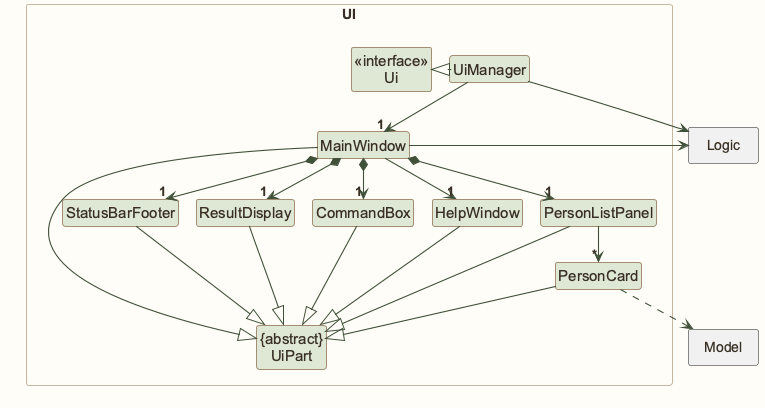
This is docs/images/UiClassDiagram.png from AY2627S1-CS2103T-W12-1/tp, a PlantUML export, as it was before one commit. The source it was exported from:
```plantuml
@startuml
!pragma layout smetana
!include style.puml
skinparam arrowThickness 1.1
skinparam arrowColor UI_COLOR_T4
skinparam classBackgroundColor UI_COLOR

package UI <<Rectangle>>{
Class "<<interface>>\nUi" as Ui
Class "{abstract}\nUiPart" as UiPart
Class UiManager
Class MainWindow
Class HelpWindow
Class ResultDisplay
Class PersonListPanel
Class PersonCard
Class StatusBarFooter
Class CommandBox
}

package Model <<Rectangle>> {
}

package Logic <<Rectangle>> {
}


UiManager .left.|> Ui
UiManager -down-> "1" MainWindow
MainWindow *-down->  "1" CommandBox
MainWindow *-down-> "1" ResultDisplay
MainWindow *-down-> "1" PersonListPanel
MainWindow *-down-> "1" StatusBarFooter
MainWindow --> "1" HelpWindow

PersonListPanel -down-> "*" PersonCard

MainWindow -left-|> UiPart

ResultDisplay --|> UiPart
CommandBox --|> UiPart
PersonListPanel --|> UiPart
PersonCard --|> UiPart
StatusBarFooter --|> UiPart
HelpWindow --|> UiPart

PersonCard ..> Model
UiManager -right-> Logic
MainWindow -left-> Logic

PersonListPanel -[hidden]left- HelpWindow
HelpWindow -[hidden]left- CommandBox
CommandBox -[hidden]left- ResultDisplay
ResultDisplay -[hidden]left- StatusBarFooter

MainWindow -[hidden]-|> UiPart
@enduml
```
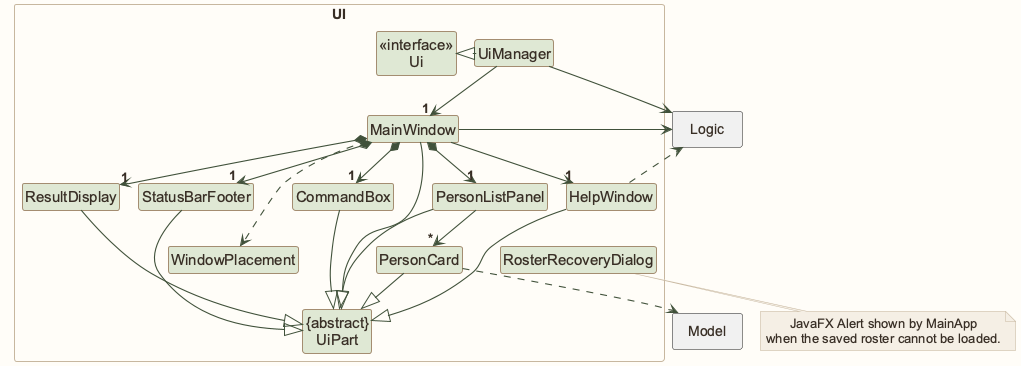
The same diagram one commit later.

Change to the diagram source:
```diff
@@ -16,6 +16,8 @@
 Class PersonCard
 Class StatusBarFooter
 Class CommandBox
+Class WindowPlacement
+Class RosterRecoveryDialog
 }
 
 package Model <<Rectangle>> {
@@ -45,6 +47,13 @@
 HelpWindow --|> UiPart
 
 PersonCard ..> Model
+MainWindow ..> WindowPlacement
+HelpWindow ..> Logic
+
+note bottom of RosterRecoveryDialog
+JavaFX Alert shown by MainApp
+when the saved roster cannot be loaded.
+end note
 UiManager -right-> Logic
 MainWindow -left-> Logic
 
@@ -52,6 +61,8 @@
 HelpWindow -[hidden]left- CommandBox
 CommandBox -[hidden]left- ResultDisplay
 ResultDisplay -[hidden]left- StatusBarFooter
+PersonCard -[hidden]right- WindowPlacement
+WindowPlacement -[hidden]right- RosterRecoveryDialog
 
 MainWindow -[hidden]-|> UiPart
 @enduml
```
